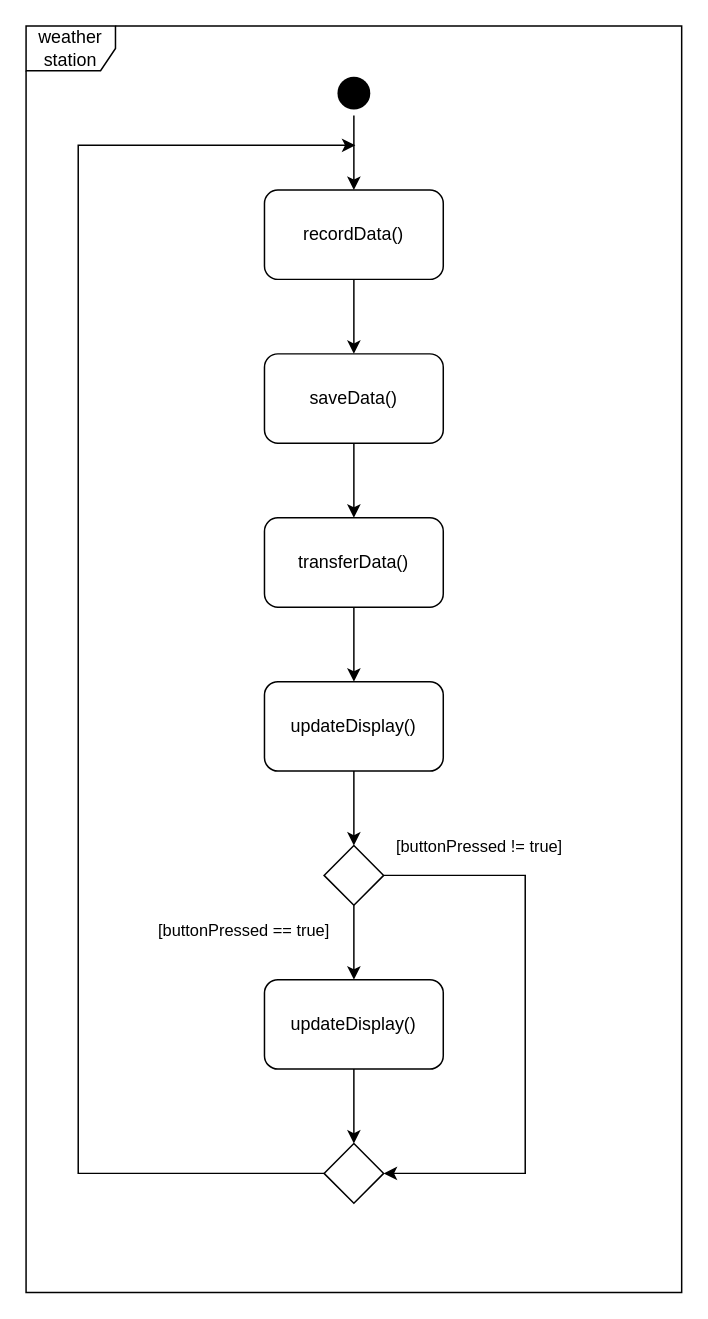
This is lab3/docs/activity_diagram.drawio from matas-noreika/software_design_and_quality, a draw.io file, before an edit. Source tidied: cells renumbered, new cells numbered last; positions are measured from the earlier drawing's top-left corner, leaving out a move shared by most shapes. Both pictures are drawn from the tidied source at 149%, with x=0, y=0 at pixel (25, 25).
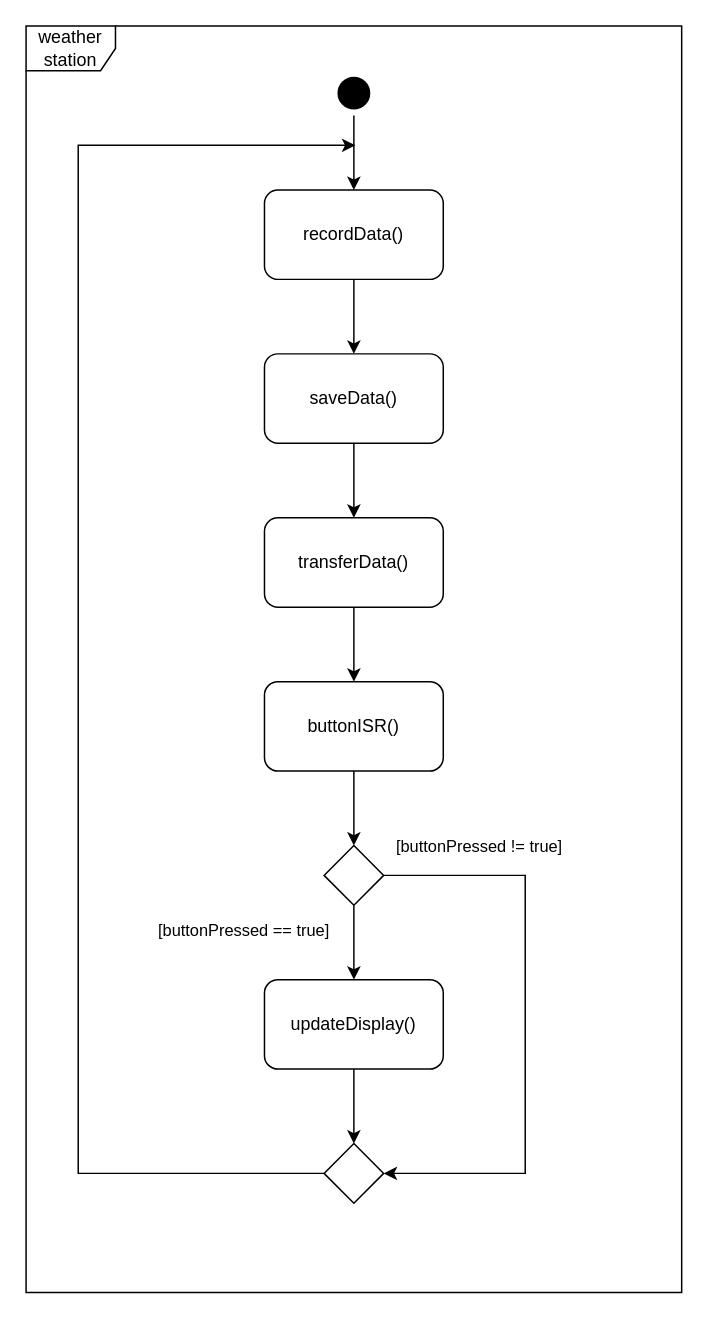
The same page after the edit.

Diff of the diagram source:
```diff
@@
-    <mxCell id="13" value="updateDisplay()" style="rounded=1;whiteSpace=wrap;html=1;" parent="1" vertex="1">
+    <mxCell id="13" value="buttonISR()" style="rounded=1;whiteSpace=wrap;html=1;" parent="1" vertex="1">
       <mxGeometry x="160" y="440" width="120" height="60" as="geometry" />
     </mxCell>
```
